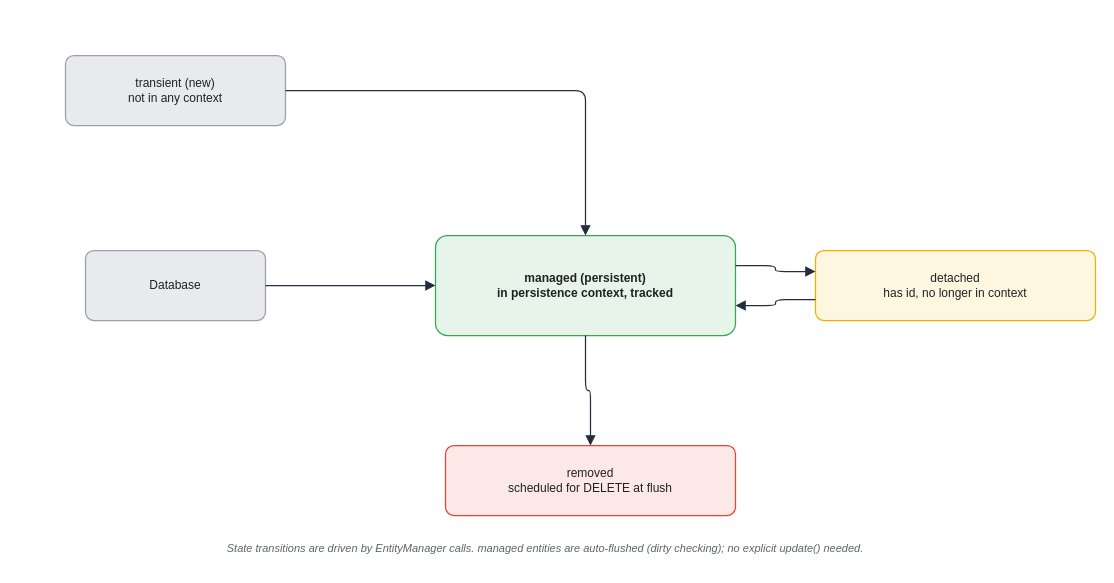
KKamJi98/kkamji98.github.io keeps this draw.io diagram as assets/img/spring/spring-16-entity-states.drawio. Above is the earlier version. Source tidied: cells renumbered, new cells numbered last; positions are measured from the earlier drawing's top-left corner, leaving out a move shared by most shapes. Both pictures are drawn from the tidied source at 100%, with x=0, y=0 at pixel (65, 55).
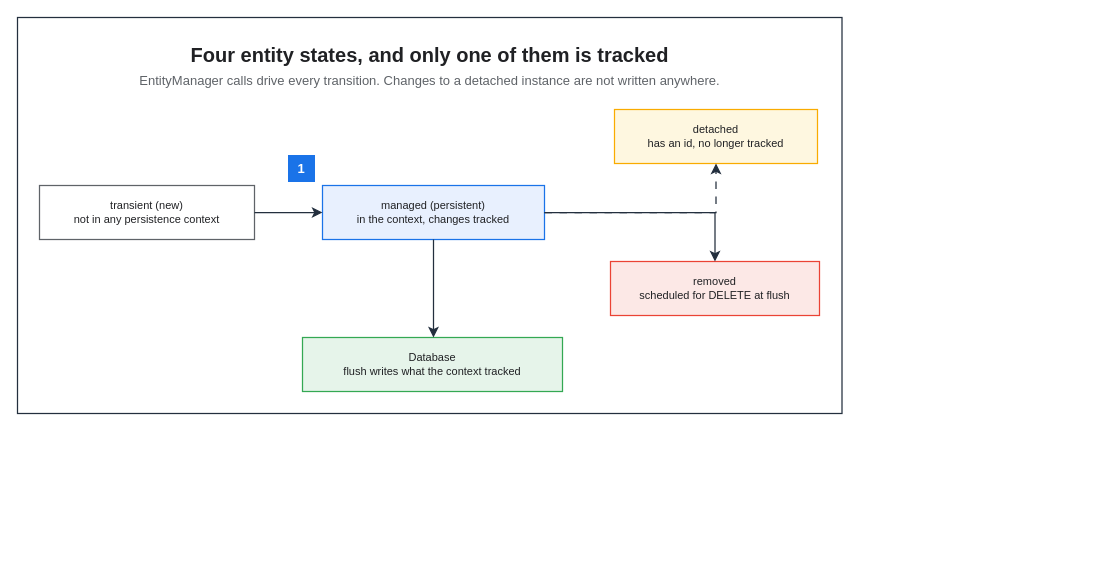
Above is the later version.

What changed in the source:
```diff
@@
 <mxGraphModel background="#FFFFFF">
   <root>
     <mxCell id="0" />
     <mxCell id="1" parent="0" />
+    <mxCell id="13" style="rounded=0;html=0;fillColor=none;strokeColor=#232F3E;fontColor=#202124;strokeWidth=1.25;" parent="1" vertex="1">
+      <mxGeometry x="-48" y="-38" width="824.5" height="396" as="geometry" />
+    </mxCell>
+    <mxCell id="14" value="Four entity states, and only one of them is tracked" style="text;html=0;whiteSpace=wrap;fillColor=none;strokeColor=none;fontColor=#202124;fontSize=20;fontStyle=1;align=center;verticalAlign=middle;" parent="1" vertex="1">
+      <mxGeometry x="-26" y="-16" width="780.5" height="30" as="geometry" />
+    </mxCell>
+    <mxCell id="15" value="EntityManager calls drive every transition. Changes to a detached instance are not written anywhere." style="text;html=0;whiteSpace=wrap;fillColor=none;strokeColor=none;fontColor=#5F6368;fontSize=13;fontStyle=0;align=center;verticalAlign=middle;" parent="1" vertex="1">
+      <mxGeometry x="-26" y="14" width="780.5" height="22" as="geometry" />
+    </mxCell>
-    <mxCell id="2" value="transient (new)&#10;not in any context" style="rounded=1;whiteSpace=wrap;html=0;arcSize=12;shadow=0;fillColor=#E8EAED;strokeColor=#9AA0A6;fontColor=#202124;strokeWidth=1.25;" parent="1" vertex="1">
-      <mxGeometry width="220" height="70" as="geometry" />
+    <mxCell id="2" value="transient (new)&#10;not in any persistence context" style="rounded=0;whiteSpace=wrap;html=0;fillColor=#FFFFFF;strokeColor=#5F6368;fontColor=#202124;fontSize=11;fontStyle=0;align=center;verticalAlign=middle;spacingLeft=6;spacingRight=6;strokeWidth=1.25;" parent="1" vertex="1">
+      <mxGeometry x="-26" y="130" width="215" height="54" as="geometry" />
     </mxCell>
-    <mxCell id="3" value="Database" style="rounded=1;whiteSpace=wrap;html=0;arcSize=12;shadow=0;fillColor=#E8EAED;strokeColor=#9AA0A6;fontColor=#202124;strokeWidth=1.25;" parent="1" vertex="1">
-      <mxGeometry x="20" y="195" width="180" height="70" as="geometry" />
-    </mxCell>
-    <mxCell id="4" value="managed (persistent)&#10;in persistence context, tracked" style="rounded=1;whiteSpace=wrap;html=0;arcSize=12;shadow=0;fillColor=#E6F4EA;strokeColor=#34A853;fontColor=#202124;fontStyle=1;strokeWidth=1.25;" parent="1" vertex="1">
-      <mxGeometry x="370" y="180" width="300" height="100" as="geometry" />
+    <mxCell id="4" value="managed (persistent)&#10;in the context, changes tracked" style="rounded=0;whiteSpace=wrap;html=0;fillColor=#E8F0FE;strokeColor=#1A73E8;fontColor=#202124;fontSize=11;fontStyle=0;align=center;verticalAlign=middle;spacingLeft=6;spacingRight=6;strokeWidth=1.25;" parent="1" vertex="1">
+      <mxGeometry x="257" y="130" width="222" height="54" as="geometry" />
     </mxCell>
-    <mxCell id="5" value="detached&#10;has id, no longer in context" style="rounded=1;whiteSpace=wrap;html=0;arcSize=12;shadow=0;fillColor=#FEF7E0;strokeColor=#F9AB00;fontColor=#202124;strokeWidth=1.25;" parent="1" vertex="1">
-      <mxGeometry x="750" y="195" width="280" height="70" as="geometry" />
+    <mxCell id="5" value="detached&#10;has an id, no longer tracked" style="rounded=0;whiteSpace=wrap;html=0;fillColor=#FEF7E0;strokeColor=#F9AB00;fontColor=#202124;fontSize=11;fontStyle=0;align=center;verticalAlign=middle;spacingLeft=6;spacingRight=6;strokeWidth=1.25;" parent="1" vertex="1">
+      <mxGeometry x="549" y="54" width="203" height="54" as="geometry" />
     </mxCell>
-    <mxCell id="6" value="removed&#10;scheduled for DELETE at flush" style="rounded=1;whiteSpace=wrap;html=0;arcSize=12;shadow=0;fillColor=#FCE8E6;strokeColor=#EA4335;fontColor=#202124;strokeWidth=1.25;" parent="1" vertex="1">
-      <mxGeometry x="380" y="390" width="290" height="70" as="geometry" />
+    <mxCell id="6" value="removed&#10;scheduled for DELETE at flush" style="rounded=0;whiteSpace=wrap;html=0;fillColor=#FCE8E6;strokeColor=#EA4335;fontColor=#202124;fontSize=11;fontStyle=0;align=center;verticalAlign=middle;spacingLeft=6;spacingRight=6;strokeWidth=1.25;" parent="1" vertex="1">
+      <mxGeometry x="545" y="206" width="209" height="54" as="geometry" />
     </mxCell>
+    <mxCell id="3" value="Database&#10;flush writes what the context tracked" style="rounded=0;whiteSpace=wrap;html=0;fillColor=#E6F4EA;strokeColor=#34A853;fontColor=#202124;fontSize=11;fontStyle=0;align=center;verticalAlign=middle;spacingLeft=6;spacingRight=6;strokeWidth=1.25;" parent="1" vertex="1">
+      <mxGeometry x="237" y="282" width="260" height="54" as="geometry" />
+    </mxCell>
+    <mxCell id="16" value="1" style="rounded=0;whiteSpace=wrap;html=0;fillColor=#1A73E8;strokeColor=#1A73E8;fontColor=#FFFFFF;fontSize=13;fontStyle=1;align=center;verticalAlign=middle;" parent="1" vertex="1">
+      <mxGeometry x="223" y="100" width="26" height="26" as="geometry" />
+    </mxCell>
-    <mxCell id="7" style="edgeStyle=orthogonalEdgeStyle;rounded=1;html=0;endArrow=block;strokeColor=#232F3E;fontColor=#202124;labelBackgroundColor=none;strokeWidth=1.25;endSize=7;" parent="1" edge="1" source="2" target="4">
+    <mxCell id="7" style="edgeStyle=orthogonalEdgeStyle;rounded=0;html=0;strokeColor=#232F3E;strokeWidth=1.25;endArrow=classic;endFill=1;endSize=7;fontSize=11;fontColor=#202124;labelBackgroundColor=none;jettySize=14;exitX=1;exitY=0.5;entryX=0;entryY=0.5;exitDx=0;exitDy=0;entryDx=0;entryDy=0;" parent="1" edge="1" source="2" target="4">
       <mxGeometry relative="1" as="geometry" />
     </mxCell>
-    <mxCell id="8" style="edgeStyle=orthogonalEdgeStyle;rounded=1;html=0;endArrow=block;strokeColor=#232F3E;fontColor=#202124;labelBackgroundColor=none;strokeWidth=1.25;endSize=7;" parent="1" edge="1" source="3" target="4">
-      <mxGeometry relative="1" as="geometry" />
-    </mxCell>
-    <mxCell id="9" style="edgeStyle=orthogonalEdgeStyle;rounded=1;html=0;endArrow=block;strokeColor=#232F3E;fontColor=#202124;labelBackgroundColor=none;exitX=1;exitY=0.3;exitDx=0;exitDy=0;entryX=0;entryY=0.3;entryDx=0;entryDy=0;strokeWidth=1.25;endSize=7;" parent="1" edge="1" source="4" target="5">
-      <mxGeometry relative="1" as="geometry" />
+    <mxCell id="9" style="edgeStyle=orthogonalEdgeStyle;rounded=0;html=0;strokeColor=#232F3E;strokeWidth=1.25;endArrow=classic;endFill=1;endSize=7;fontSize=11;fontColor=#202124;labelBackgroundColor=none;jettySize=14;dashed=1;dashPattern=6 6;exitX=1;exitY=0.5;entryX=0.5;entryY=1;exitDx=0;exitDy=0;entryDx=0;entryDy=0;" parent="1" edge="1" source="4" target="5">
+      <mxGeometry relative="1" as="geometry">
+        <Array as="points">
+          <mxPoint x="650.5" y="157" />
+        </Array>
+      </mxGeometry>
     </mxCell>
-    <mxCell id="10" style="edgeStyle=orthogonalEdgeStyle;rounded=1;html=0;endArrow=block;strokeColor=#232F3E;fontColor=#202124;labelBackgroundColor=none;exitX=0;exitY=0.7;exitDx=0;exitDy=0;entryX=1;entryY=0.7;entryDx=0;entryDy=0;strokeWidth=1.25;endSize=7;" parent="1" edge="1" source="5" target="4">
-      <mxGeometry relative="1" as="geometry" />
-    </mxCell>
-    <mxCell id="11" style="edgeStyle=orthogonalEdgeStyle;rounded=1;html=0;endArrow=block;strokeColor=#232F3E;fontColor=#202124;labelBackgroundColor=none;strokeWidth=1.25;endSize=7;" parent="1" edge="1" source="4" target="6">
-      <mxGeometry relative="1" as="geometry" />
+    <mxCell id="11" style="edgeStyle=orthogonalEdgeStyle;rounded=0;html=0;strokeColor=#232F3E;strokeWidth=1.25;endArrow=classic;endFill=1;endSize=7;fontSize=11;fontColor=#202124;labelBackgroundColor=none;jettySize=14;exitX=1;exitY=0.5;entryX=0.5;entryY=0;exitDx=0;exitDy=0;entryDx=0;entryDy=0;" parent="1" edge="1" source="4" target="6">
+      <mxGeometry relative="1" as="geometry">
+        <Array as="points">
+          <mxPoint x="649.5" y="157" />
+        </Array>
+      </mxGeometry>
     </mxCell>
-    <mxCell id="12" value="State transitions are driven by EntityManager calls. managed entities are auto-flushed (dirty checking); no explicit update() needed." style="text;html=0;align=center;verticalAlign=middle;whiteSpace=wrap;fontSize=11;fontColor=#5F6368;fontStyle=2;" parent="1" vertex="1">
-      <mxGeometry y="475" width="960" height="35" as="geometry" />
-    </mxCell>
+    <mxCell id="17" style="edgeStyle=orthogonalEdgeStyle;rounded=0;html=0;strokeColor=#232F3E;strokeWidth=1.25;endArrow=classic;endFill=1;endSize=7;fontSize=11;fontColor=#202124;labelBackgroundColor=none;jettySize=14;exitX=0.5;exitY=1;entryX=0.5038;entryY=0;exitDx=0;exitDy=0;entryDx=0;entryDy=0;" parent="1" edge="1" source="4" target="3">
+      <mxGeometry relative="1" as="geometry" />
+    </mxCell>
   </root>
 </mxGraphModel>
```
